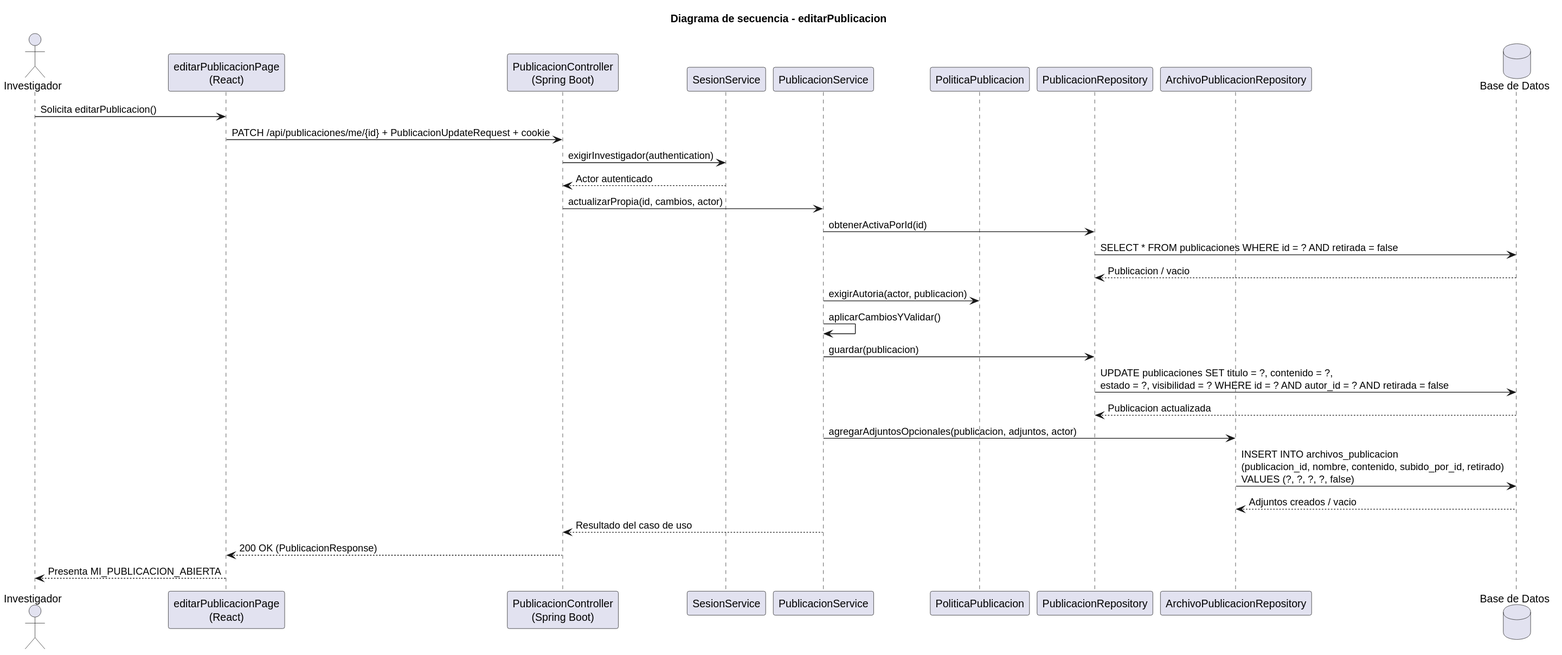
Before: images/RUP/02-diseño/casos-uso/investigador/editarPublicacion/secuencia.svg, a diagram exported from PlantUML (beatriizorozco/25-26-idsw2-sdVC).
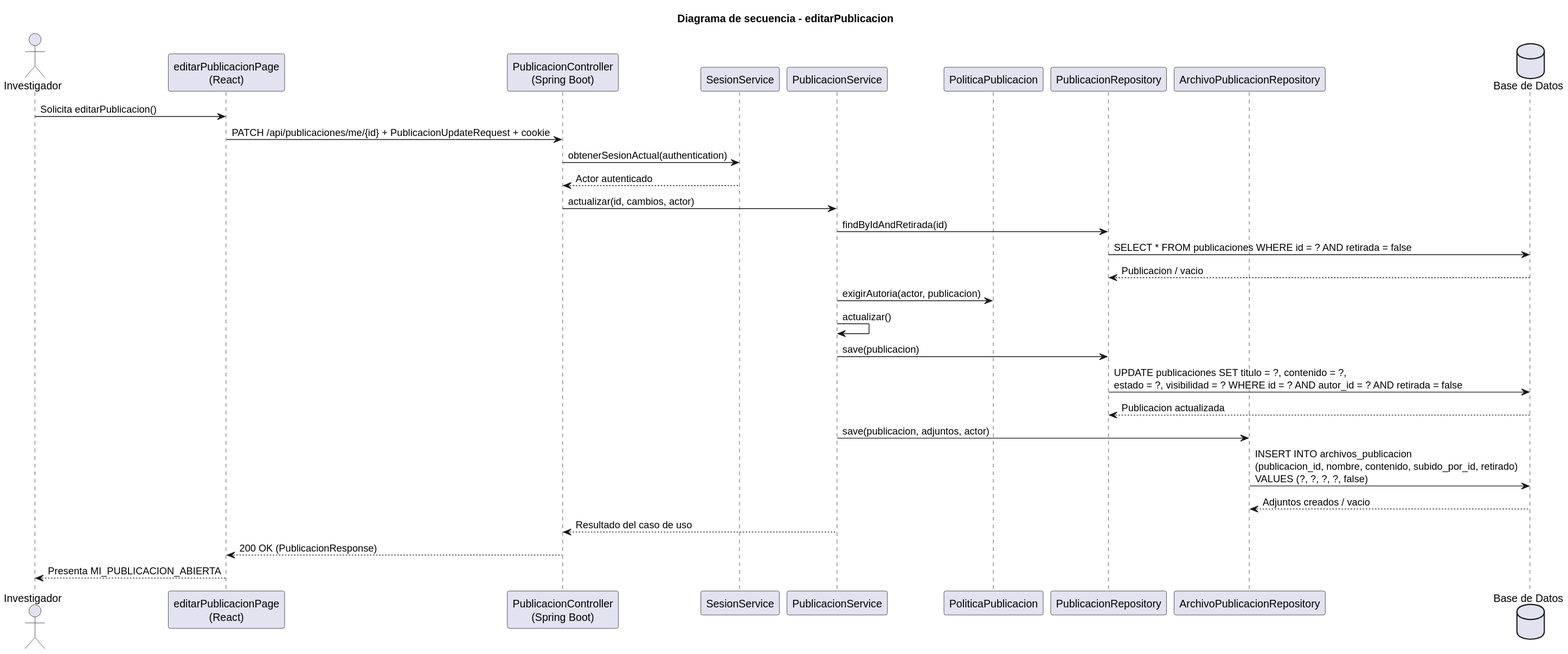
The same file after the commit.

Diff of the diagram source:
```diff
@@ -12,18 +12,18 @@
 
 Investigador -> Frontend: Solicita editarPublicacion()
 Frontend -> Api: PATCH /api/publicaciones/me/{id} + PublicacionUpdateRequest + cookie
-Api -> Sesion: exigirInvestigador(authentication)
+Api -> Sesion: obtenerSesionActual(authentication)
 Sesion --> Api: Actor autenticado
-Api -> Service: actualizarPropia(id, cambios, actor)
-Service -> Repo: obtenerActivaPorId(id)
+Api -> Service: actualizar(id, cambios, actor)
+Service -> Repo: findByIdAndRetirada(id)
 Repo -> DB: SELECT * FROM publicaciones WHERE id = ? AND retirada = false
 DB --> Repo: Publicacion / vacio
 Service -> Policy: exigirAutoria(actor, publicacion)
-Service -> Service: aplicarCambiosYValidar()
-Service -> Repo: guardar(publicacion)
+Service -> Service: actualizar()
+Service -> Repo: save(publicacion)
 Repo -> DB: UPDATE publicaciones SET titulo = ?, contenido = ?,\nestado = ?, visibilidad = ? WHERE id = ? AND autor_id = ? AND retirada = false
 DB --> Repo: Publicacion actualizada
-Service -> ArchivoRepo: agregarAdjuntosOpcionales(publicacion, adjuntos, actor)
+Service -> ArchivoRepo: save(publicacion, adjuntos, actor)
 ArchivoRepo -> DB: INSERT INTO archivos_publicacion\n(publicacion_id, nombre, contenido, subido_por_id, retirado)\nVALUES (?, ?, ?, ?, false)
 DB --> ArchivoRepo: Adjuntos creados / vacio
 Service --> Api: Resultado del caso de uso
```
